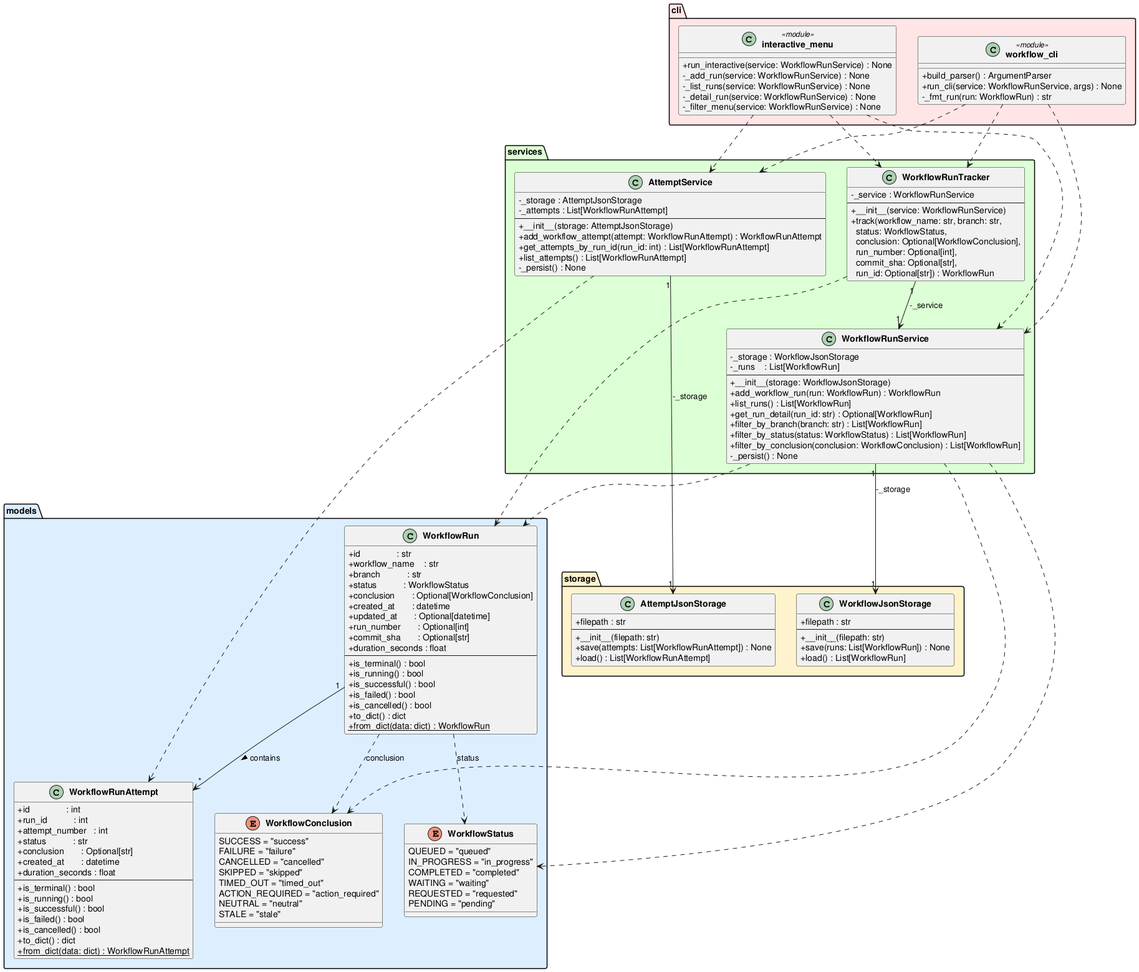
Before: experiments/broadcast/structured_text/github-workflow-manager/artifacts/class_diagram.png, a diagram exported from PlantUML (DanielRiha8906/Software_autoevolution_using_agents).
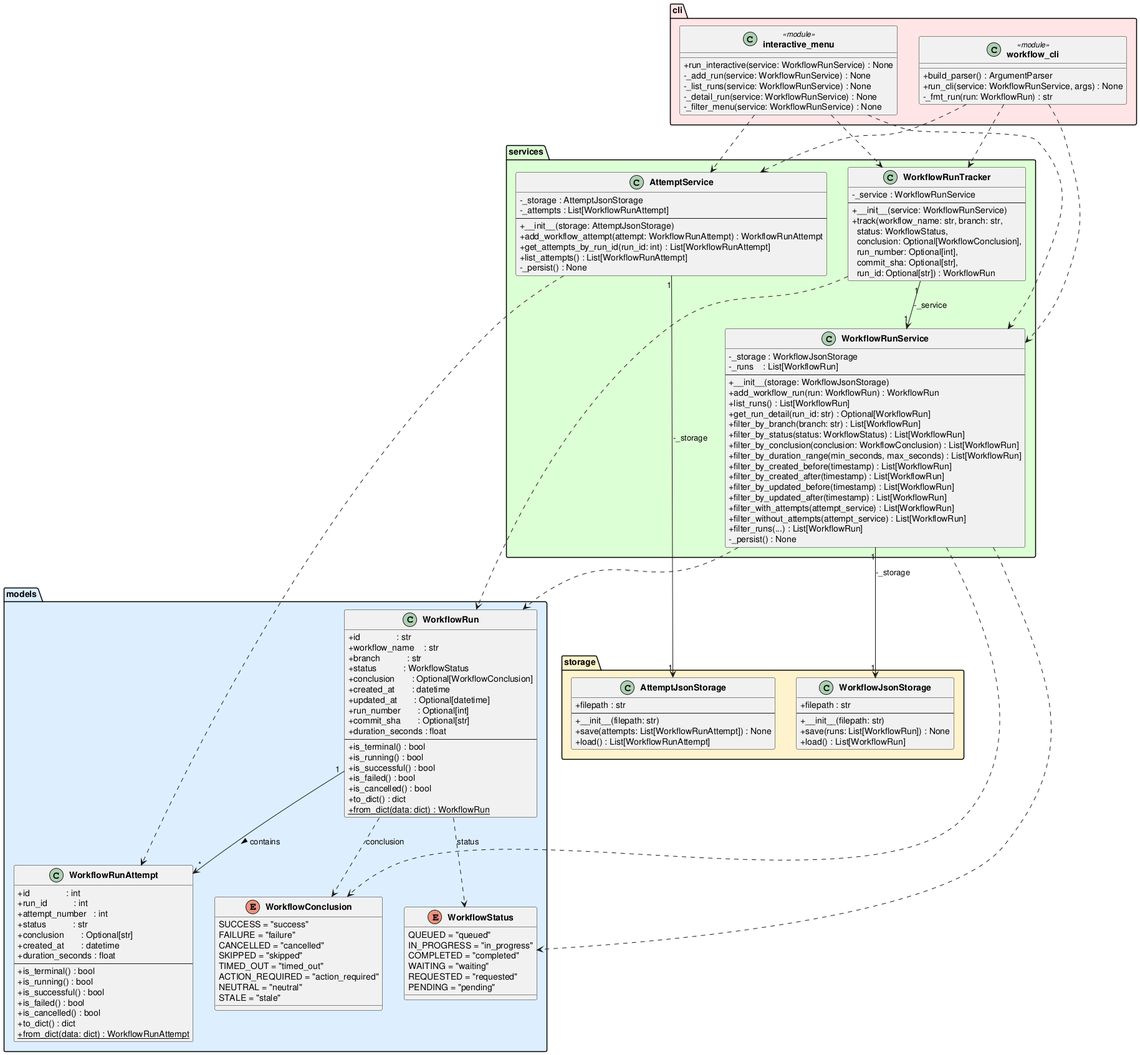
Later version of the same file.

What changed in the source:
```diff
@@ -94,6 +94,14 @@
         +filter_by_branch(branch: str) : List[WorkflowRun]
         +filter_by_status(status: WorkflowStatus) : List[WorkflowRun]
         +filter_by_conclusion(conclusion: WorkflowConclusion) : List[WorkflowRun]
+        +filter_by_duration_range(min_seconds, max_seconds) : List[WorkflowRun]
+        +filter_by_created_before(timestamp) : List[WorkflowRun]
+        +filter_by_created_after(timestamp) : List[WorkflowRun]
+        +filter_by_updated_before(timestamp) : List[WorkflowRun]
+        +filter_by_updated_after(timestamp) : List[WorkflowRun]
+        +filter_with_attempts(attempt_service) : List[WorkflowRun]
+        +filter_without_attempts(attempt_service) : List[WorkflowRun]
+        +filter_runs(...) : List[WorkflowRun]
         -_persist() : None
     }
 
```
